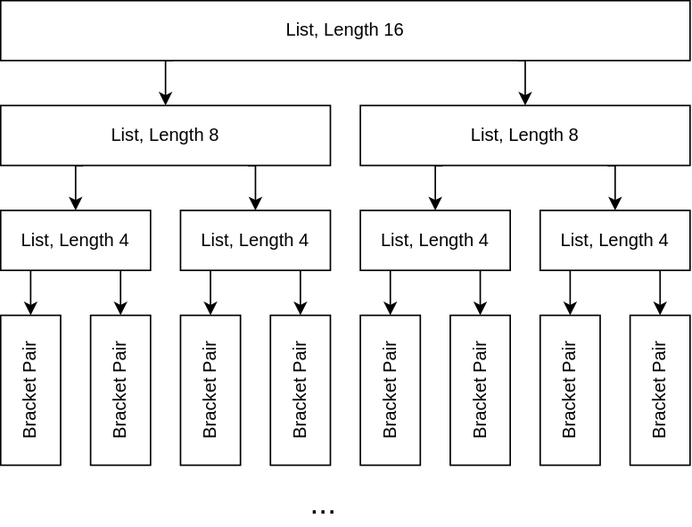
Earlier version of the draw.io export blogs/2021/09/06/long-lists-tree.dio.svg (microsoft/vscode-docs). Source tidied: cells renumbered, new cells last; positions are measured from the earlier drawing's top-left corner, leaving out a move shared by most shapes. Its diagram source:
```xml
<mxGraphModel>
  <root>
    <mxCell id="0" />
    <mxCell id="1" parent="0" />
    <mxCell id="2" style="edgeStyle=orthogonalEdgeStyle;rounded=0;jettySize=auto;html=1;exitX=0.75;exitY=1;exitDx=0;exitDy=0;" parent="1" edge="1" source="4" target="28">
      <mxGeometry relative="1" as="geometry">
        <Array as="points">
          <mxPoint x="350" y="40" />
        </Array>
      </mxGeometry>
    </mxCell>
    <mxCell id="3" style="edgeStyle=orthogonalEdgeStyle;rounded=0;jettySize=auto;html=1;exitX=0.25;exitY=1;exitDx=0;exitDy=0;" parent="1" edge="1" source="4" target="31">
      <mxGeometry relative="1" as="geometry">
        <Array as="points">
          <mxPoint x="110" y="40" />
        </Array>
      </mxGeometry>
    </mxCell>
    <mxCell id="4" value="List, Length 16" style="rounded=0;whiteSpace=wrap;html=1;" parent="1" vertex="1">
      <mxGeometry width="460" height="40" as="geometry" />
    </mxCell>
    <mxCell id="5" value="Bracket Pair" style="rounded=0;whiteSpace=wrap;html=1;horizontal=0;" parent="1" vertex="1">
      <mxGeometry y="210" width="40" height="100" as="geometry" />
    </mxCell>
    <mxCell id="6" value="Bracket Pair" style="rounded=0;whiteSpace=wrap;html=1;horizontal=0;" parent="1" vertex="1">
      <mxGeometry x="60" y="210" width="40" height="100" as="geometry" />
    </mxCell>
    <mxCell id="7" value="Bracket Pair" style="rounded=0;whiteSpace=wrap;html=1;horizontal=0;" parent="1" vertex="1">
      <mxGeometry x="120" y="210" width="40" height="100" as="geometry" />
    </mxCell>
    <mxCell id="8" value="Bracket Pair" style="rounded=0;whiteSpace=wrap;html=1;horizontal=0;" parent="1" vertex="1">
      <mxGeometry x="180" y="210" width="40" height="100" as="geometry" />
    </mxCell>
    <mxCell id="9" value="Bracket Pair" style="rounded=0;whiteSpace=wrap;html=1;horizontal=0;" parent="1" vertex="1">
      <mxGeometry x="240" y="210" width="40" height="100" as="geometry" />
    </mxCell>
    <mxCell id="10" value="Bracket Pair" style="rounded=0;whiteSpace=wrap;html=1;horizontal=0;" parent="1" vertex="1">
      <mxGeometry x="300" y="210" width="40" height="100" as="geometry" />
    </mxCell>
    <mxCell id="11" value="Bracket Pair" style="rounded=0;whiteSpace=wrap;html=1;horizontal=0;" parent="1" vertex="1">
      <mxGeometry x="360" y="210" width="40" height="100" as="geometry" />
    </mxCell>
    <mxCell id="12" value="Bracket Pair" style="rounded=0;whiteSpace=wrap;html=1;horizontal=0;" parent="1" vertex="1">
      <mxGeometry x="420" y="210" width="40" height="100" as="geometry" />
    </mxCell>
    <mxCell id="13" value="..." style="text;html=1;align=center;verticalAlign=middle;strokeColor=none;fontSize=21;" parent="1" vertex="1">
      <mxGeometry x="200" y="320" width="30" height="30" as="geometry" />
    </mxCell>
    <mxCell id="14" style="edgeStyle=orthogonalEdgeStyle;rounded=0;jettySize=auto;html=1;exitX=0.25;exitY=1;exitDx=0;exitDy=0;" parent="1" edge="1" source="16" target="7">
      <mxGeometry relative="1" as="geometry">
        <Array as="points">
          <mxPoint x="140" y="180" />
        </Array>
      </mxGeometry>
    </mxCell>
    <mxCell id="15" style="edgeStyle=orthogonalEdgeStyle;rounded=0;jettySize=auto;html=1;exitX=0.75;exitY=1;exitDx=0;exitDy=0;" parent="1" edge="1" source="16" target="8">
      <mxGeometry relative="1" as="geometry">
        <Array as="points">
          <mxPoint x="200" y="180" />
        </Array>
      </mxGeometry>
    </mxCell>
    <mxCell id="16" value="List, Length 4" style="rounded=0;whiteSpace=wrap;html=1;" parent="1" vertex="1">
      <mxGeometry x="120" y="140" width="100" height="40" as="geometry" />
    </mxCell>
    <mxCell id="17" style="edgeStyle=orthogonalEdgeStyle;rounded=0;jettySize=auto;html=1;exitX=0.25;exitY=1;exitDx=0;exitDy=0;" parent="1" edge="1" source="19" target="9">
      <mxGeometry relative="1" as="geometry">
        <Array as="points">
          <mxPoint x="260" y="180" />
        </Array>
      </mxGeometry>
    </mxCell>
    <mxCell id="18" style="edgeStyle=orthogonalEdgeStyle;rounded=0;jettySize=auto;html=1;exitX=0.75;exitY=1;exitDx=0;exitDy=0;" parent="1" edge="1" source="19" target="10">
      <mxGeometry relative="1" as="geometry">
        <Array as="points">
          <mxPoint x="320" y="180" />
        </Array>
      </mxGeometry>
    </mxCell>
    <mxCell id="19" value="List, Length 4" style="rounded=0;whiteSpace=wrap;html=1;" parent="1" vertex="1">
      <mxGeometry x="240" y="140" width="100" height="40" as="geometry" />
    </mxCell>
    <mxCell id="20" style="edgeStyle=orthogonalEdgeStyle;rounded=0;jettySize=auto;html=1;exitX=0.25;exitY=1;exitDx=0;exitDy=0;" parent="1" edge="1" source="22" target="11">
      <mxGeometry relative="1" as="geometry">
        <Array as="points">
          <mxPoint x="380" y="180" />
        </Array>
      </mxGeometry>
    </mxCell>
    <mxCell id="21" style="edgeStyle=orthogonalEdgeStyle;rounded=0;jettySize=auto;html=1;exitX=0.75;exitY=1;exitDx=0;exitDy=0;" parent="1" edge="1" source="22" target="12">
      <mxGeometry relative="1" as="geometry">
        <Array as="points">
          <mxPoint x="440" y="180" />
        </Array>
      </mxGeometry>
    </mxCell>
    <mxCell id="22" value="List, Length 4" style="rounded=0;whiteSpace=wrap;html=1;" parent="1" vertex="1">
      <mxGeometry x="360" y="140" width="100" height="40" as="geometry" />
    </mxCell>
    <mxCell id="23" style="edgeStyle=orthogonalEdgeStyle;rounded=0;jettySize=auto;html=1;exitX=0.25;exitY=1;exitDx=0;exitDy=0;" parent="1" edge="1" source="25" target="5">
      <mxGeometry relative="1" as="geometry">
        <Array as="points">
          <mxPoint x="20" y="180" />
        </Array>
      </mxGeometry>
    </mxCell>
    <mxCell id="24" style="edgeStyle=orthogonalEdgeStyle;rounded=0;jettySize=auto;html=1;exitX=0.75;exitY=1;exitDx=0;exitDy=0;" parent="1" edge="1" source="25" target="6">
      <mxGeometry relative="1" as="geometry">
        <Array as="points">
          <mxPoint x="80" y="180" />
        </Array>
      </mxGeometry>
    </mxCell>
    <mxCell id="25" value="List, Length 4" style="rounded=0;whiteSpace=wrap;html=1;" parent="1" vertex="1">
      <mxGeometry y="140" width="100" height="40" as="geometry" />
    </mxCell>
    <mxCell id="26" style="edgeStyle=orthogonalEdgeStyle;rounded=0;jettySize=auto;html=1;exitX=0.25;exitY=1;exitDx=0;exitDy=0;" parent="1" edge="1" source="28" target="19">
      <mxGeometry relative="1" as="geometry">
        <Array as="points">
          <mxPoint x="290" y="110" />
        </Array>
      </mxGeometry>
    </mxCell>
    <mxCell id="27" style="edgeStyle=orthogonalEdgeStyle;rounded=0;jettySize=auto;html=1;exitX=0.75;exitY=1;exitDx=0;exitDy=0;" parent="1" edge="1" source="28" target="22">
      <mxGeometry relative="1" as="geometry">
        <Array as="points">
          <mxPoint x="410" y="110" />
        </Array>
      </mxGeometry>
    </mxCell>
    <mxCell id="28" value="List, Length 8" style="rounded=0;whiteSpace=wrap;html=1;" parent="1" vertex="1">
      <mxGeometry x="240" y="70" width="220" height="40" as="geometry" />
    </mxCell>
    <mxCell id="29" style="edgeStyle=orthogonalEdgeStyle;rounded=0;jettySize=auto;html=1;exitX=0.25;exitY=1;exitDx=0;exitDy=0;" parent="1" edge="1" source="31" target="25">
      <mxGeometry relative="1" as="geometry">
        <Array as="points">
          <mxPoint x="50" y="110" />
        </Array>
      </mxGeometry>
    </mxCell>
    <mxCell id="30" style="edgeStyle=orthogonalEdgeStyle;rounded=0;jettySize=auto;html=1;exitX=0.75;exitY=1;exitDx=0;exitDy=0;" parent="1" edge="1" source="31" target="16">
      <mxGeometry relative="1" as="geometry">
        <Array as="points">
          <mxPoint x="170" y="110" />
        </Array>
      </mxGeometry>
    </mxCell>
    <mxCell id="31" value="List, Length 8" style="rounded=0;whiteSpace=wrap;html=1;" parent="1" vertex="1">
      <mxGeometry y="70" width="220" height="40" as="geometry" />
    </mxCell>
  </root>
</mxGraphModel>
```
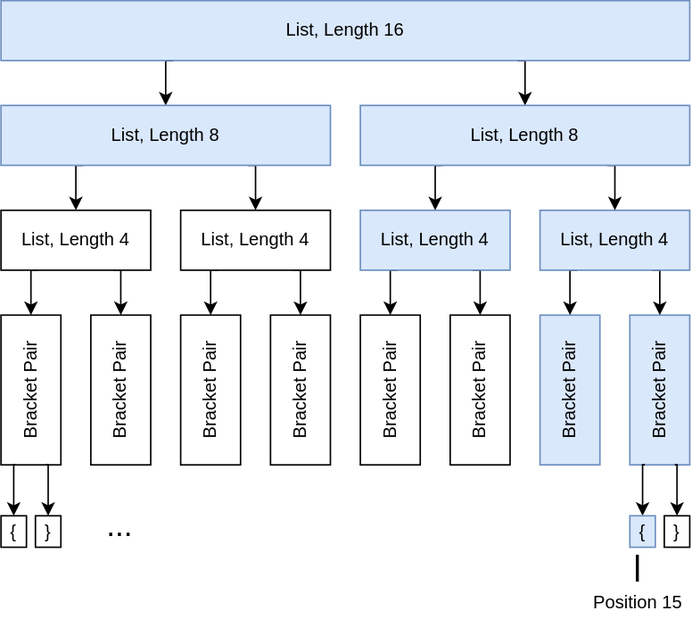
After the change.

What changed in the source:
```diff
@@ -16,7 +16,7 @@
         </Array>
       </mxGeometry>
     </mxCell>
-    <mxCell id="4" value="List, Length 16" style="rounded=0;whiteSpace=wrap;html=1;" parent="1" vertex="1">
+    <mxCell id="4" value="List, Length 16" style="rounded=0;whiteSpace=wrap;html=1;fillColor=#dae8fc;strokeColor=#6c8ebf;" parent="1" vertex="1">
       <mxGeometry width="460" height="40" as="geometry" />
     </mxCell>
     <mxCell id="5" value="Bracket Pair" style="rounded=0;whiteSpace=wrap;html=1;horizontal=0;" parent="1" vertex="1">
@@ -37,15 +37,12 @@
     <mxCell id="10" value="Bracket Pair" style="rounded=0;whiteSpace=wrap;html=1;horizontal=0;" parent="1" vertex="1">
       <mxGeometry x="300" y="210" width="40" height="100" as="geometry" />
     </mxCell>
-    <mxCell id="11" value="Bracket Pair" style="rounded=0;whiteSpace=wrap;html=1;horizontal=0;" parent="1" vertex="1">
+    <mxCell id="11" value="Bracket Pair" style="rounded=0;whiteSpace=wrap;html=1;horizontal=0;fillColor=#dae8fc;strokeColor=#6c8ebf;" parent="1" vertex="1">
       <mxGeometry x="360" y="210" width="40" height="100" as="geometry" />
     </mxCell>
-    <mxCell id="12" value="Bracket Pair" style="rounded=0;whiteSpace=wrap;html=1;horizontal=0;" parent="1" vertex="1">
+    <mxCell id="12" value="Bracket Pair" style="rounded=0;whiteSpace=wrap;html=1;horizontal=0;fillColor=#dae8fc;strokeColor=#6c8ebf;" parent="1" vertex="1">
       <mxGeometry x="420" y="210" width="40" height="100" as="geometry" />
     </mxCell>
-    <mxCell id="13" value="..." style="text;html=1;align=center;verticalAlign=middle;strokeColor=none;fontSize=21;" parent="1" vertex="1">
-      <mxGeometry x="200" y="320" width="30" height="30" as="geometry" />
-    </mxCell>
     <mxCell id="14" style="edgeStyle=orthogonalEdgeStyle;rounded=0;jettySize=auto;html=1;exitX=0.25;exitY=1;exitDx=0;exitDy=0;" parent="1" edge="1" source="16" target="7">
       <mxGeometry relative="1" as="geometry">
         <Array as="points">
@@ -77,7 +74,7 @@
         </Array>
       </mxGeometry>
     </mxCell>
-    <mxCell id="19" value="List, Length 4" style="rounded=0;whiteSpace=wrap;html=1;" parent="1" vertex="1">
+    <mxCell id="19" value="List, Length 4" style="rounded=0;whiteSpace=wrap;html=1;fillColor=#dae8fc;strokeColor=#6c8ebf;" parent="1" vertex="1">
       <mxGeometry x="240" y="140" width="100" height="40" as="geometry" />
     </mxCell>
     <mxCell id="20" style="edgeStyle=orthogonalEdgeStyle;rounded=0;jettySize=auto;html=1;exitX=0.25;exitY=1;exitDx=0;exitDy=0;" parent="1" edge="1" source="22" target="11">
@@ -94,7 +91,7 @@
         </Array>
       </mxGeometry>
     </mxCell>
-    <mxCell id="22" value="List, Length 4" style="rounded=0;whiteSpace=wrap;html=1;" parent="1" vertex="1">
+    <mxCell id="22" value="List, Length 4" style="rounded=0;whiteSpace=wrap;html=1;fillColor=#dae8fc;strokeColor=#6c8ebf;" parent="1" vertex="1">
       <mxGeometry x="360" y="140" width="100" height="40" as="geometry" />
     </mxCell>
     <mxCell id="23" style="edgeStyle=orthogonalEdgeStyle;rounded=0;jettySize=auto;html=1;exitX=0.25;exitY=1;exitDx=0;exitDy=0;" parent="1" edge="1" source="25" target="5">
@@ -128,7 +125,7 @@
         </Array>
       </mxGeometry>
     </mxCell>
-    <mxCell id="28" value="List, Length 8" style="rounded=0;whiteSpace=wrap;html=1;" parent="1" vertex="1">
+    <mxCell id="28" value="List, Length 8" style="rounded=0;whiteSpace=wrap;html=1;fillColor=#dae8fc;strokeColor=#6c8ebf;" parent="1" vertex="1">
       <mxGeometry x="240" y="70" width="220" height="40" as="geometry" />
     </mxCell>
     <mxCell id="29" style="edgeStyle=orthogonalEdgeStyle;rounded=0;jettySize=auto;html=1;exitX=0.25;exitY=1;exitDx=0;exitDy=0;" parent="1" edge="1" source="31" target="25">
@@ -145,8 +142,49 @@
         </Array>
       </mxGeometry>
     </mxCell>
-    <mxCell id="31" value="List, Length 8" style="rounded=0;whiteSpace=wrap;html=1;" parent="1" vertex="1">
+    <mxCell id="31" value="List, Length 8" style="rounded=0;whiteSpace=wrap;html=1;fillColor=#dae8fc;strokeColor=#6c8ebf;" parent="1" vertex="1">
       <mxGeometry y="70" width="220" height="40" as="geometry" />
     </mxCell>
+    <mxCell id="32" style="edgeStyle=orthogonalEdgeStyle;rounded=0;jettySize=auto;html=1;exitX=0.25;exitY=1;exitDx=0;exitDy=0;entryX=0.5;entryY=0;entryDx=0;entryDy=0;" parent="1" edge="1" target="38">
+      <mxGeometry relative="1" as="geometry">
+        <mxPoint x="10" y="310" as="sourcePoint" />
+      </mxGeometry>
+    </mxCell>
+    <mxCell id="33" style="edgeStyle=orthogonalEdgeStyle;rounded=0;jettySize=auto;html=1;exitX=0.75;exitY=1;exitDx=0;exitDy=0;entryX=0.5;entryY=0;entryDx=0;entryDy=0;" parent="1" edge="1" target="39">
+      <mxGeometry relative="1" as="geometry">
+        <mxPoint x="30" y="310" as="sourcePoint" />
+      </mxGeometry>
+    </mxCell>
+    <mxCell id="34" style="edgeStyle=orthogonalEdgeStyle;rounded=0;jettySize=auto;html=1;exitX=0.25;exitY=1;exitDx=0;exitDy=0;entryX=0.5;entryY=0;entryDx=0;entryDy=0;" parent="1" edge="1" target="40">
+      <mxGeometry relative="1" as="geometry">
+        <mxPoint x="430" y="310" as="sourcePoint" />
+      </mxGeometry>
+    </mxCell>
+    <mxCell id="35" style="edgeStyle=orthogonalEdgeStyle;rounded=0;jettySize=auto;html=1;exitX=0.75;exitY=1;exitDx=0;exitDy=0;entryX=0.5;entryY=0;entryDx=0;entryDy=0;" parent="1" edge="1" target="41">
+      <mxGeometry relative="1" as="geometry">
+        <mxPoint x="450" y="310" as="sourcePoint" />
+      </mxGeometry>
+    </mxCell>
+    <mxCell id="13" value="..." style="text;html=1;align=center;verticalAlign=middle;strokeColor=none;fontSize=21;" parent="1" vertex="1">
+      <mxGeometry x="64" y="335" width="30" height="30" as="geometry" />
+    </mxCell>
+    <mxCell id="36" style="line;strokeWidth=2;direction=south;html=1;perimeter=backbonePerimeter;" parent="1" vertex="1">
+      <mxGeometry x="420" y="370" width="10" height="18" as="geometry" />
+    </mxCell>
+    <mxCell id="37" value="Position 15" style="text;html=1;align=center;verticalAlign=middle;strokeColor=none;" parent="1" vertex="1">
+      <mxGeometry x="390" y="392" width="70" height="20" as="geometry" />
+    </mxCell>
+    <mxCell id="38" value="{" style="rounded=0;whiteSpace=wrap;html=1;horizontal=1;" parent="1" vertex="1">
+      <mxGeometry y="344" width="17" height="21" as="geometry" />
+    </mxCell>
+    <mxCell id="39" value="}" style="rounded=0;whiteSpace=wrap;html=1;horizontal=1;" parent="1" vertex="1">
+      <mxGeometry x="23" y="344" width="17" height="21" as="geometry" />
+    </mxCell>
+    <mxCell id="40" value="{" style="rounded=0;whiteSpace=wrap;html=1;horizontal=1;fillColor=#dae8fc;strokeColor=#6c8ebf;" parent="1" vertex="1">
+      <mxGeometry x="420" y="344" width="17" height="21" as="geometry" />
+    </mxCell>
+    <mxCell id="41" value="}" style="rounded=0;whiteSpace=wrap;html=1;horizontal=1;" parent="1" vertex="1">
+      <mxGeometry x="443" y="344" width="17" height="21" as="geometry" />
+    </mxCell>
   </root>
 </mxGraphModel>
```
